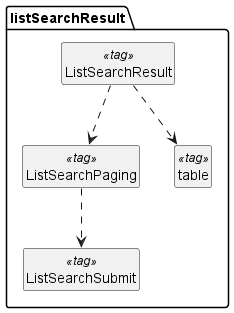
Above: ja/examples/03/_images/ListSearchResult_Structure.png in nablarch/nablarch-document (PlantUML), before the change.
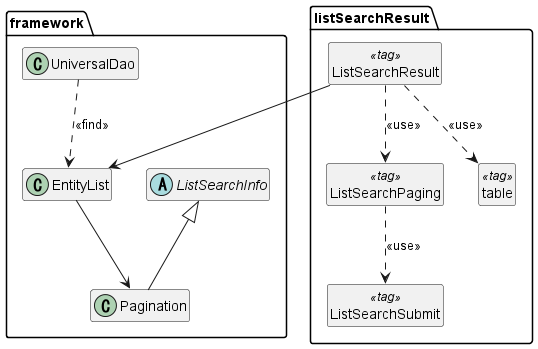
After the commit.

The edit, as a diff of the source:
```diff
@@ -1,25 +1,34 @@
 @startuml
 
 skinparam classAttributeIconSize 0
-hide circle
 hide members
 
-package listSearchResult {
+package "framework" {
+  abstract class ListSearchInfo
+  class Pagination extends ListSearchInfo
 
-class ListSearchPaging << tag >>
+  class EntityList
+  EntityList --> Pagination
 
-class ListSearchSubmit << tag >>
-
-class ListSearchResult << tag >>
-
-class table << tag >>
-
-ListSearchResult ..> table
-
-ListSearchResult ..> ListSearchPaging
-
-ListSearchPaging ..> ListSearchSubmit
-
+  class UniversalDao
+  UniversalDao ..> EntityList: <<find>>
 }
 
+package listSearchResult {
+  hide circle
+
+  class ListSearchResult <<tag>>
+
+  class ListSearchPaging <<tag>>
+  ListSearchResult ..> ListSearchPaging: <<use>>
+
+  class ListSearchSubmit <<tag>>
+  ListSearchPaging ..> ListSearchSubmit: <<use>>
+
+  class table <<tag>>
+  ListSearchResult ..> table: <<use>>
+}
+
+ListSearchResult --> EntityList
+
 @enduml
```
